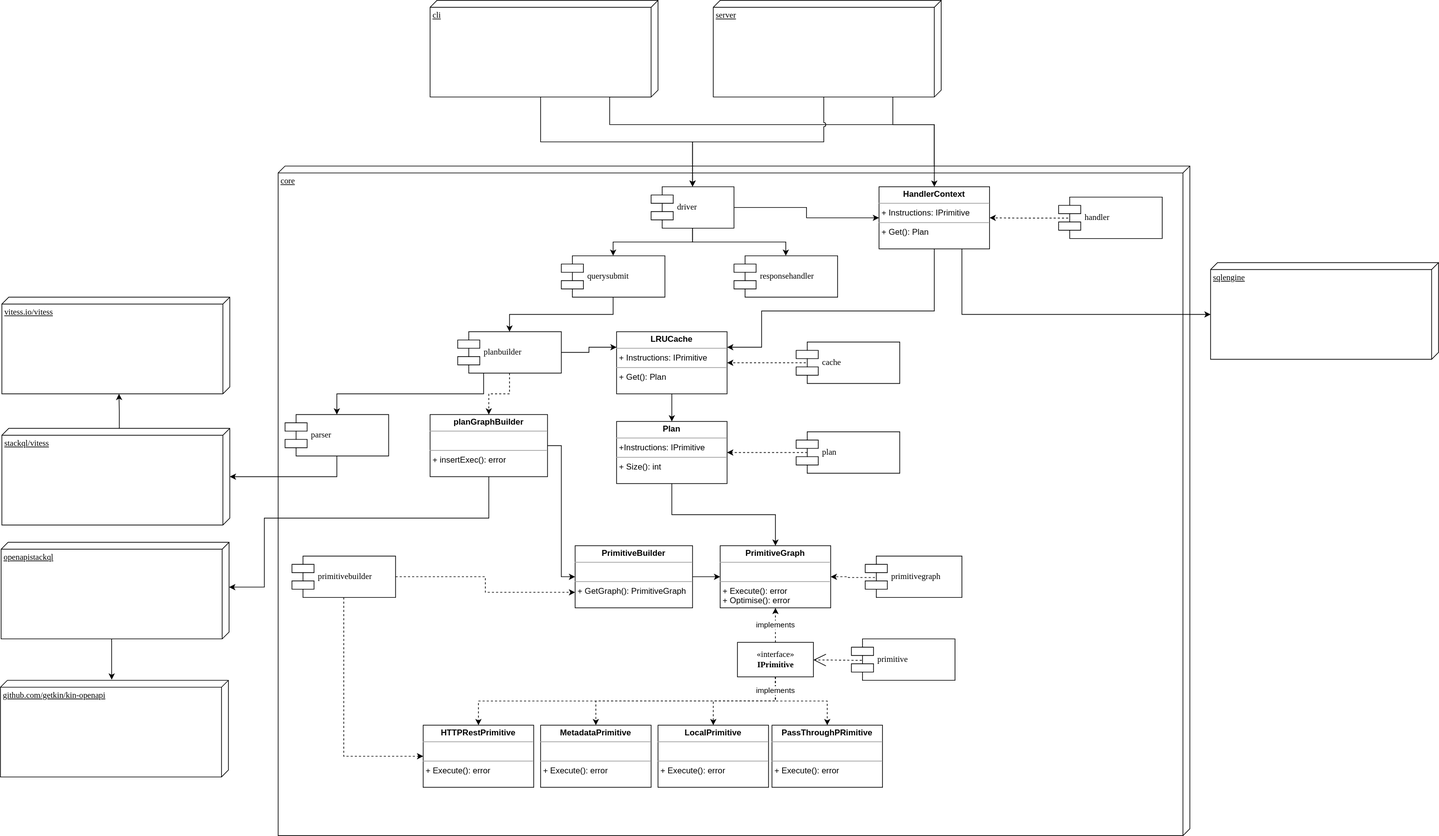
The draw.io diagram docs/images/components-HLDD.drawio.svg in stackql/stackql-devel, before a commit. Source tidied: cells renumbered, new cells last; positions are measured from the earlier drawing's top-left corner, leaving out a move shared by most shapes.
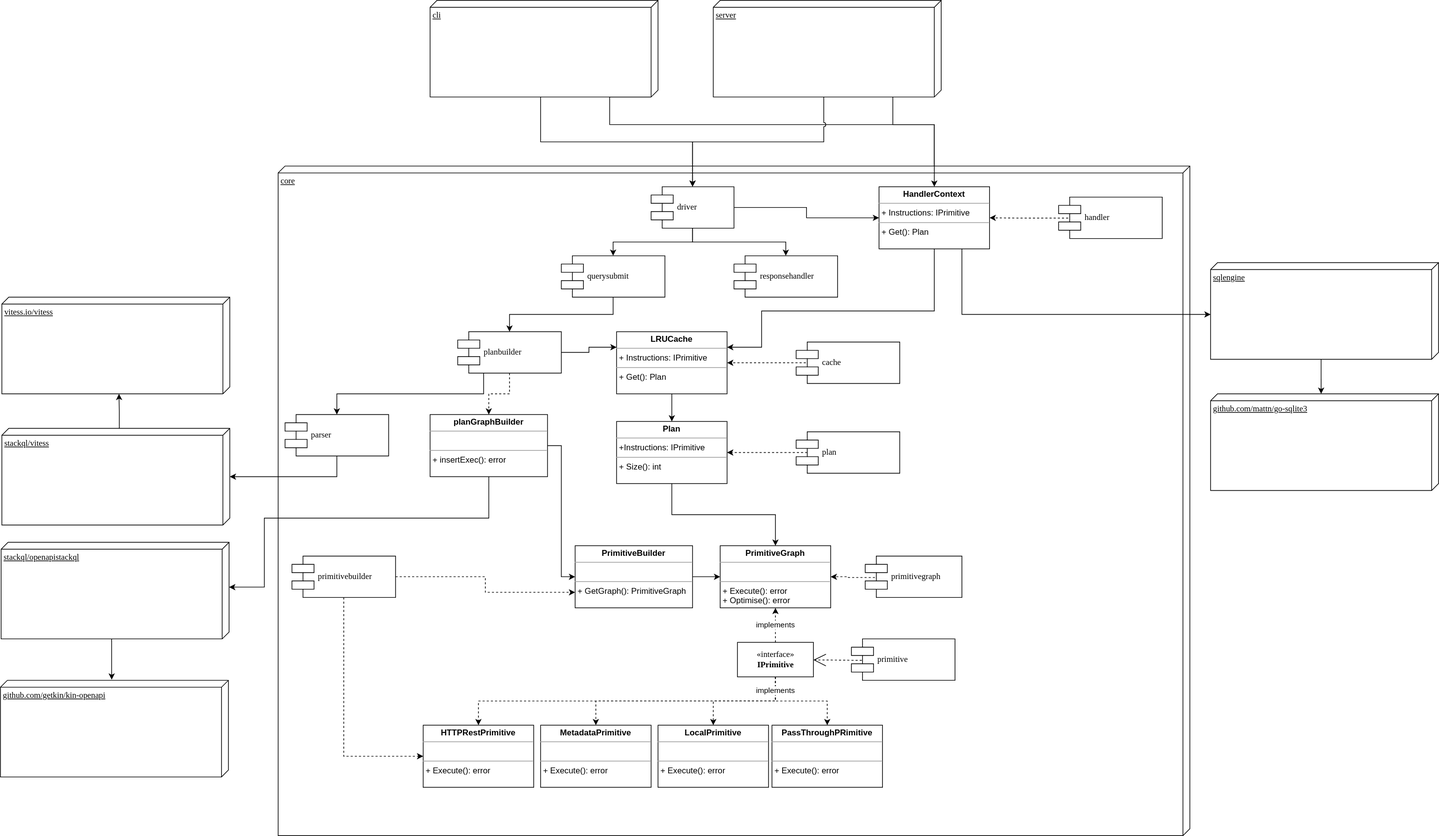
Later version of the same file.

Commit message:
hldd-includes-gc-overview

What changed in the source:
```diff
@@ -173,7 +173,7 @@
     <mxCell id="54" style="edgeStyle=orthogonalEdgeStyle;rounded=0;jettySize=auto;html=1;exitX=0;exitY=0;exitDx=140;exitDy=170;exitPerimeter=0;entryX=-0.007;entryY=0.512;entryDx=0;entryDy=0;entryPerimeter=0;endArrow=classic;endFill=1;" parent="1" edge="1" source="55" target="56">
       <mxGeometry relative="1" as="geometry" />
     </mxCell>
-    <mxCell id="55" value="openapistackql" style="verticalAlign=top;align=left;spacingTop=8;spacingLeft=2;spacingRight=12;shape=cube;size=10;direction=south;fontStyle=4;html=1;rounded=0;shadow=0;comic=0;labelBackgroundColor=none;strokeWidth=1;fontFamily=Verdana;fontSize=12;" parent="1" vertex="1">
+    <mxCell id="55" value="stackql/openapistackql" style="verticalAlign=top;align=left;spacingTop=8;spacingLeft=2;spacingRight=12;shape=cube;size=10;direction=south;fontStyle=4;html=1;rounded=0;shadow=0;comic=0;labelBackgroundColor=none;strokeWidth=1;fontFamily=Verdana;fontSize=12;" parent="1" vertex="1">
       <mxGeometry x="1" y="785" width="330" height="140" as="geometry" />
     </mxCell>
     <mxCell id="56" value="github.com/getkin/kin-openapi" style="verticalAlign=top;align=left;spacingTop=8;spacingLeft=2;spacingRight=12;shape=cube;size=10;direction=south;fontStyle=4;html=1;rounded=0;shadow=0;comic=0;labelBackgroundColor=none;strokeWidth=1;fontFamily=Verdana;fontSize=12;" parent="1" vertex="1">
@@ -212,8 +212,14 @@
         </Array>
       </mxGeometry>
     </mxCell>
+    <mxCell id="65" style="edgeStyle=orthogonalEdgeStyle;rounded=0;jumpStyle=arc;jettySize=auto;html=1;exitX=0;exitY=0;exitDx=140;exitDy=170;exitPerimeter=0;entryX=0;entryY=0.515;entryDx=0;entryDy=0;entryPerimeter=0;endArrow=classic;endFill=1;" parent="1" edge="1" source="64" target="66">
+      <mxGeometry relative="1" as="geometry" />
+    </mxCell>
     <mxCell id="64" value="sqlengine" style="verticalAlign=top;align=left;spacingTop=8;spacingLeft=2;spacingRight=12;shape=cube;size=10;direction=south;fontStyle=4;html=1;rounded=0;shadow=0;comic=0;labelBackgroundColor=none;strokeWidth=1;fontFamily=Verdana;fontSize=12;" parent="1" vertex="1">
       <mxGeometry x="1752" y="380" width="330" height="140" as="geometry" />
     </mxCell>
+    <mxCell id="66" value="github.com/mattn/go-sqlite3" style="verticalAlign=top;align=left;spacingTop=8;spacingLeft=2;spacingRight=12;shape=cube;size=10;direction=south;fontStyle=4;html=1;rounded=0;shadow=0;comic=0;labelBackgroundColor=none;strokeWidth=1;fontFamily=Verdana;fontSize=12;" parent="1" vertex="1">
+      <mxGeometry x="1752" y="570" width="330" height="140" as="geometry" />
+    </mxCell>
   </root>
 </mxGraphModel>
```
